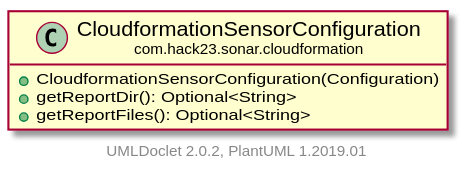
This is apidocs/com/hack23/sonar/cloudformation/CloudformationSensorConfiguration.svg from Hack23/sonar-cloudformation-plugin, a PlantUML export, as it was before one commit. Source of this version:
```plantuml
@startuml
    set namespaceSeparator none
    hide empty fields
    hide empty methods

    class "<size:14>CloudformationSensorConfiguration\n<size:10>com.hack23.sonar.cloudformation" as com.hack23.sonar.cloudformation.CloudformationSensorConfiguration [[CloudformationSensorConfiguration.html]] {
        +CloudformationSensorConfiguration(Configuration)
        +getReportDir(): Optional<String>
        +getReportFiles(): Optional<String>
    }

    center footer UMLDoclet 2.0.2, PlantUML 1.2019.01
@enduml
```
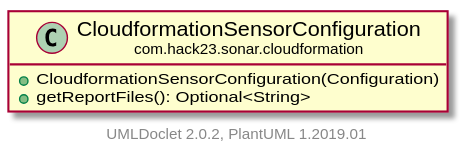
Above is the later version.

Diff of the diagram source:
```diff
@@ -5,7 +5,6 @@
 
     class "<size:14>CloudformationSensorConfiguration\n<size:10>com.hack23.sonar.cloudformation" as com.hack23.sonar.cloudformation.CloudformationSensorConfiguration [[CloudformationSensorConfiguration.html]] {
         +CloudformationSensorConfiguration(Configuration)
-        +getReportDir(): Optional<String>
         +getReportFiles(): Optional<String>
     }
 
```
